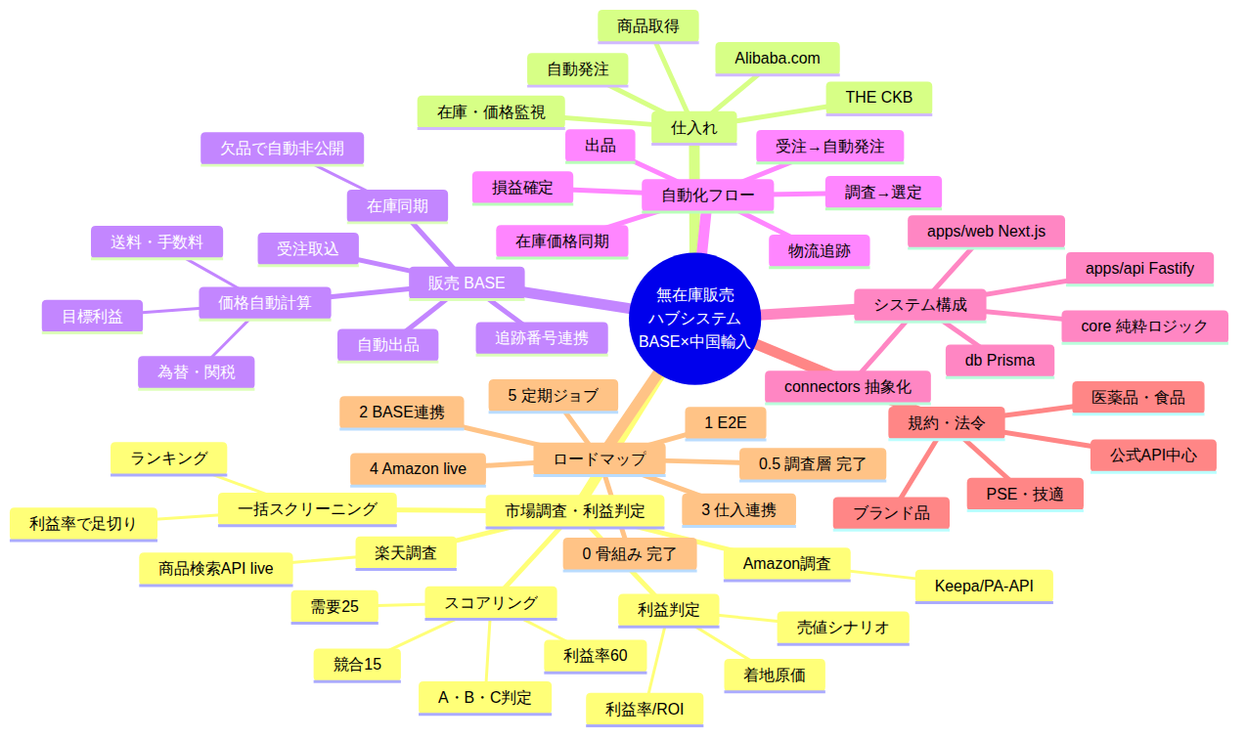
Earlier version of the Mermaid export docs/mindmap.png (AISCAMEL/-). Its source is kept beside it as docs/mindmap.mmd. Its diagram source:
```mermaid
mindmap
  root((無在庫販売<br/>ハブシステム<br/>BASE×中国輸入))
    市場調査・利益判定
      Amazon調査
        Keepa/PA-API
      楽天調査
        商品検索API live
      利益判定
        着地原価
        利益率/ROI
        売値シナリオ
      スコアリング
        利益率60
        需要25
        競合15
        A・B・C判定
      一括スクリーニング
        利益率で足切り
        ランキング
    仕入れ
      Alibaba.com
      THE CKB
      商品取得
      在庫・価格監視
      自動発注
    販売 BASE
      自動出品
      価格自動計算
        為替・関税
        送料・手数料
        目標利益
      在庫同期
        欠品で自動非公開
      受注取込
      追跡番号連携
    自動化フロー
      調査→選定
      出品
      在庫価格同期
      受注→自動発注
      物流追跡
      損益確定
    システム構成
      apps/api Fastify
      apps/web Next.js
      core 純粋ロジック
      connectors 抽象化
      db Prisma
    規約・法令
      ブランド品
      PSE・技適
      医薬品・食品
      公式API中心
    ロードマップ
      0 骨組み 完了
      0.5 調査層 完了
      1 E2E
      2 BASE連携
      3 仕入連携
      4 Amazon live
      5 定期ジョブ
```
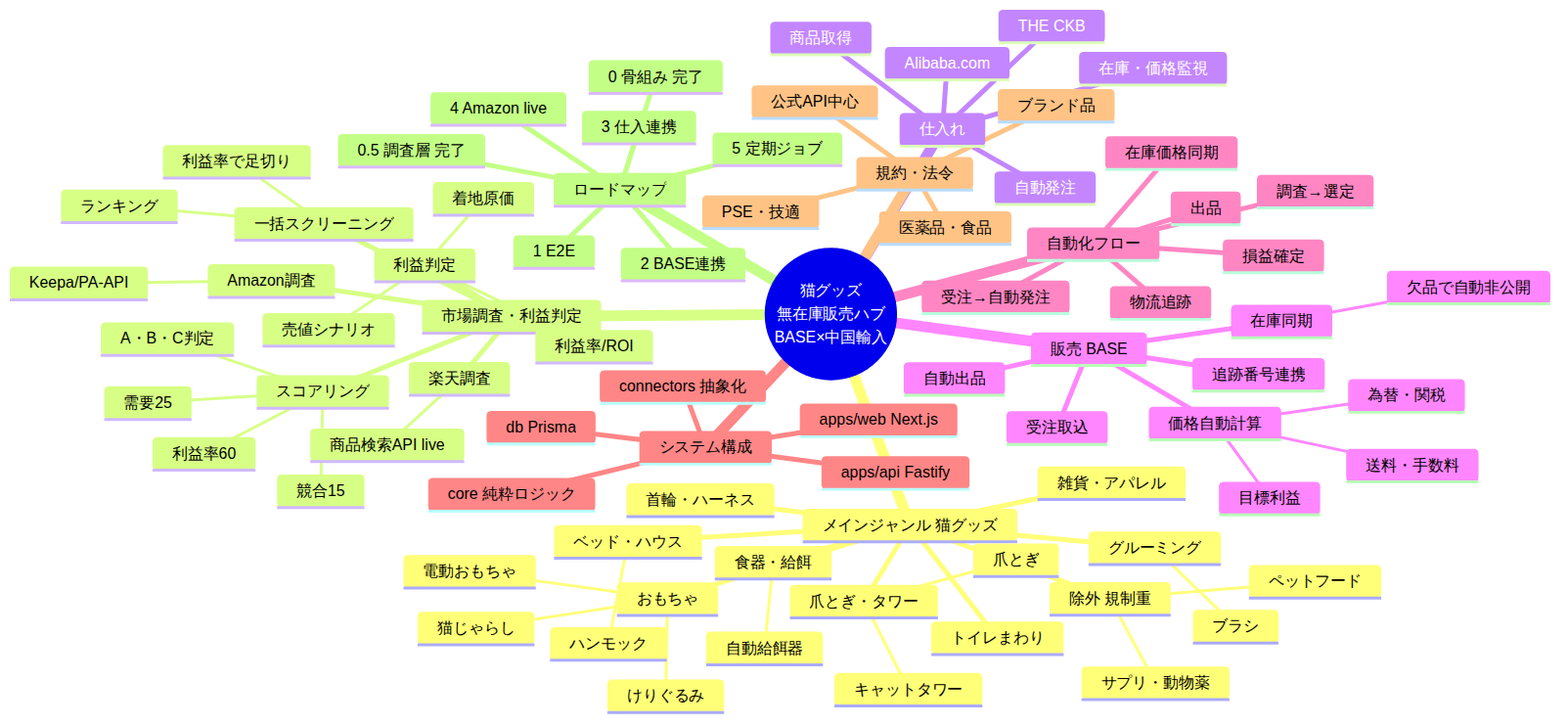
The same file after the commit.

What changed in the source:
```diff
@@ -1,5 +1,25 @@
 mindmap
-  root((無在庫販売<br/>ハブシステム<br/>BASE×中国輸入))
+  root((猫グッズ<br/>無在庫販売ハブ<br/>BASE×中国輸入))
+    メインジャンル 猫グッズ
+      おもちゃ
+        猫じゃらし
+        けりぐるみ
+        電動おもちゃ
+      爪とぎ・タワー
+        キャットタワー
+        爪とぎ
+      ベッド・ハウス
+        ハンモック
+      首輪・ハーネス
+      トイレまわり
+      食器・給餌
+        自動給餌器
+      グルーミング
+        ブラシ
+      雑貨・アパレル
+      除外 規制重
+        ペットフード
+        サプリ・動物薬
     市場調査・利益判定
       Amazon調査
         Keepa/PA-API
```
